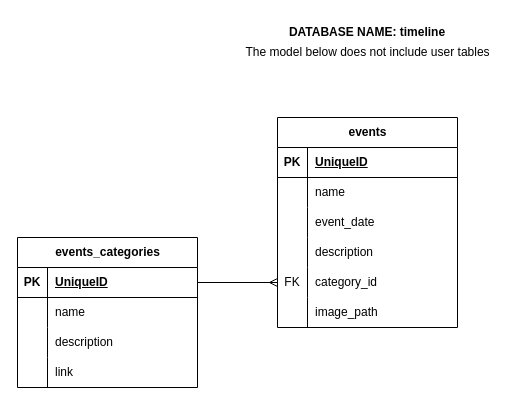
The draw.io diagram external_files/timeline_entity.drawio in Susannnnnna/Laravel-Timeline, before the edit. Source tidied: cells renumbered, new cells numbered last; positions are measured from the earlier drawing's top-left corner, leaving out a move shared by most shapes. Both pictures are drawn from the tidied source at 100%, with x=0, y=0 at pixel (17, 17).
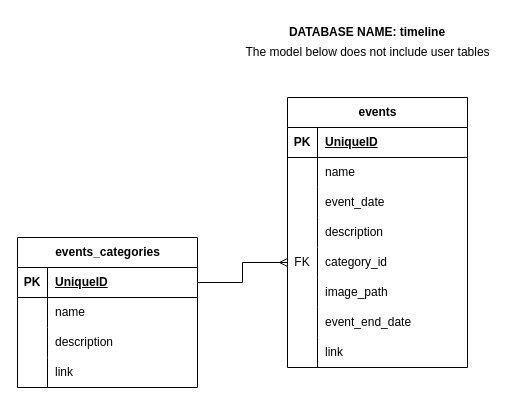
After the change.

The edit, as a diff of the source:
```diff
@@
     <mxCell id="2" value="events" style="shape=table;startSize=30;childLayout=tableLayout;rowLines=0;fontStyle=1;align=center;html=1;" parent="1" vertex="1">
-      <mxGeometry x="260" y="100" width="180" height="210" as="geometry" />
+      <mxGeometry x="270" y="80" width="180" height="270" as="geometry" />
     </mxCell>
@@
+    <mxCell id="37" style="shape=tableRow;horizontal=0;startSize=0;swimlaneHead=0;swimlaneBody=0;fillColor=none;top=0;left=0;right=0;bottom=0;" parent="2" vertex="1">
+      <mxGeometry y="210" width="180" height="30" as="geometry" />
+    </mxCell>
+    <mxCell id="38" style="shape=partialRectangle;fillColor=none;top=0;left=0;bottom=0;right=0;overflow=hidden;whiteSpace=wrap;html=1;" parent="37" vertex="1">
+      <mxGeometry width="30" height="30" as="geometry" />
+    </mxCell>
+    <mxCell id="39" value="event_end_date" style="shape=partialRectangle;fillColor=none;top=0;left=0;bottom=0;right=0;align=left;spacingLeft=6;overflow=hidden;whiteSpace=wrap;html=1;" parent="37" vertex="1">
+      <mxGeometry x="30" width="150" height="30" as="geometry" />
+    </mxCell>
+    <mxCell id="40" style="shape=tableRow;horizontal=0;startSize=0;swimlaneHead=0;swimlaneBody=0;fillColor=none;top=0;left=0;right=0;bottom=0;" parent="2" vertex="1">
+      <mxGeometry y="240" width="180" height="30" as="geometry" />
+    </mxCell>
+    <mxCell id="41" style="shape=partialRectangle;fillColor=none;top=0;left=0;bottom=0;right=0;overflow=hidden;whiteSpace=wrap;html=1;" parent="40" vertex="1">
+      <mxGeometry width="30" height="30" as="geometry" />
+    </mxCell>
+    <mxCell id="42" value="link" style="shape=partialRectangle;fillColor=none;top=0;left=0;bottom=0;right=0;align=left;spacingLeft=6;overflow=hidden;whiteSpace=wrap;html=1;" parent="40" vertex="1">
+      <mxGeometry x="30" width="150" height="30" as="geometry" />
+    </mxCell>
```
